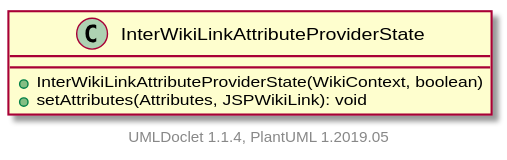
Before: apidocs/2.11.0.M7-SNAPSHOT/org/apache/wiki/markdown/extensions/jspwikilinks/attributeprovider/InterWikiLinkAttributeProviderState.svg, a diagram exported from PlantUML (apache/jspwiki-site).
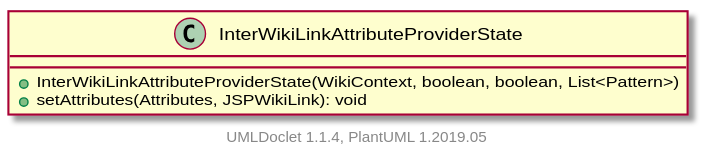
After the change.

The edit, as a diff of the source:
```diff
@@ -1,7 +1,7 @@
 @startuml
 
     class InterWikiLinkAttributeProviderState [[InterWikiLinkAttributeProviderState.html]] {
-        +InterWikiLinkAttributeProviderState(WikiContext, boolean)
+        +InterWikiLinkAttributeProviderState(WikiContext, boolean, boolean, List<Pattern>)
         +setAttributes(Attributes, JSPWikiLink): void
     }
 
```
